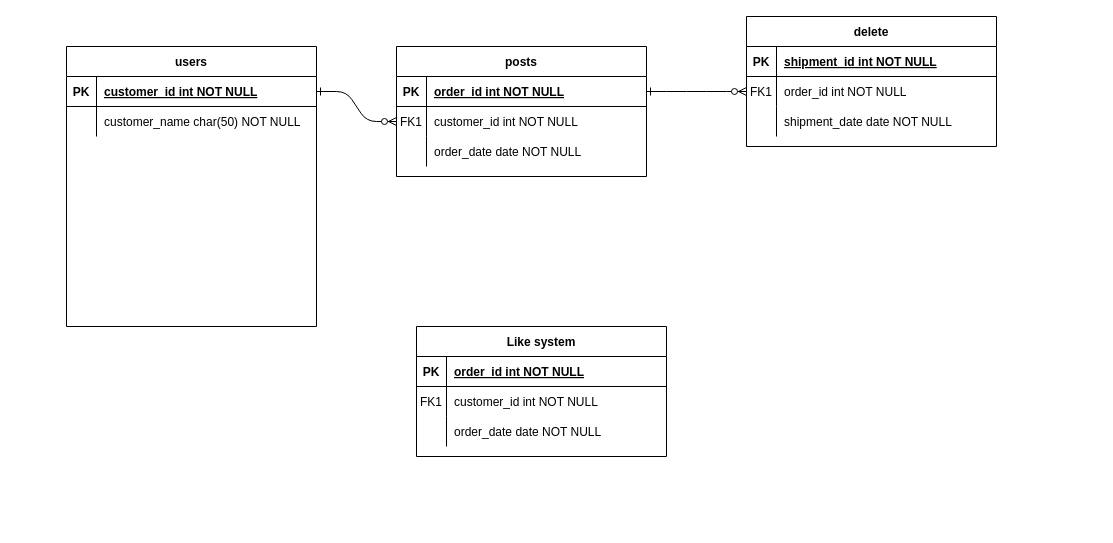
Earlier version of the draw.io diagram Untitled Diagram.drawio (REDCROSS16/BD_project). Source tidied: cells renumbered, new cells numbered last; positions are measured from the earlier drawing's top-left corner, leaving out a move shared by most shapes. Both pictures are drawn from the tidied source at 100%, with x=0, y=0 at pixel (66, 16).
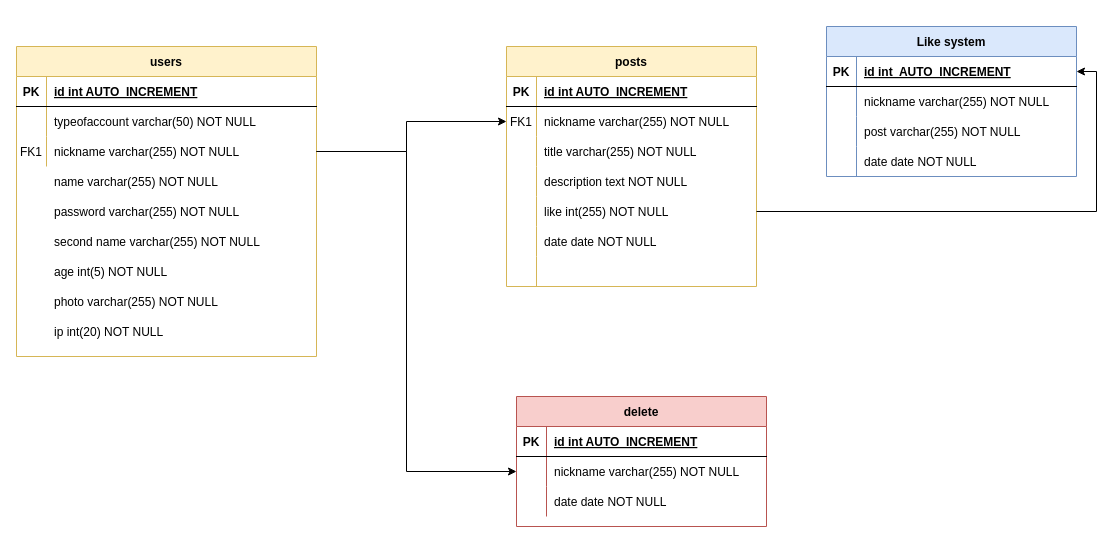
Above is the later version.

Unchanged cells that the change refers to:
```xml
<mxCell id="5" style="shape=partialRectangle;fillColor=none;points=[[0,0.5],[1,0.5]];portConstraint=eastwest;top=0;left=0;right=0;bottom=1;" parent="4" vertex="1">
  <mxGeometry y="30" width="250" height="30" as="geometry" />
</mxCell>
<mxCell id="15" style="shape=partialRectangle;fillColor=none;top=0;left=0;right=0;bottom=1;" parent="14" vertex="1">
  <mxGeometry y="30" width="250" height="30" as="geometry" />
</mxCell>
<mxCell id="18" style="shape=partialRectangle;fillColor=none;points=[[0,0.5],[1,0.5]];portConstraint=eastwest;top=0;left=0;right=0;bottom=0;" parent="14" vertex="1">
  <mxGeometry y="60" width="250" height="30" as="geometry" />
</mxCell>
<mxCell id="21" style="shape=partialRectangle;fillColor=none;top=0;left=0;right=0;bottom=0;" parent="14" vertex="1">
  <mxGeometry y="90" width="250" height="30" as="geometry" />
</mxCell>
<mxCell id="32" style="shape=partialRectangle;fillColor=none;points=[[0,0.5],[1,0.5]];portConstraint=eastwest;top=0;left=0;right=0;bottom=1;" parent="31" vertex="1">
  <mxGeometry y="30" width="250" height="30" as="geometry" />
</mxCell>
<mxCell id="35" style="shape=partialRectangle;fillColor=none;top=0;left=0;right=0;bottom=0;" parent="31" vertex="1">
  <mxGeometry y="60" width="250" height="30" as="geometry" />
</mxCell>
<mxCell id="38" style="shape=partialRectangle;fillColor=none;top=0;left=0;right=0;bottom=0;" parent="31" vertex="1">
  <mxGeometry y="90" width="250" height="30" as="geometry" />
</mxCell>
```

Diff of the diagram source:
```diff
@@
-    <mxCell id="2" style="edgeStyle=entityRelationEdgeStyle;endArrow=ERzeroToMany;startArrow=ERone;endFill=1;startFill=0;" parent="1" edge="1" source="25" target="8">
-      <mxGeometry relative="1" as="geometry" />
-    </mxCell>
-    <mxCell id="3" style="edgeStyle=entityRelationEdgeStyle;endArrow=ERzeroToMany;startArrow=ERone;endFill=1;startFill=0;" parent="1" edge="1" source="5" target="18">
-      <mxGeometry relative="1" as="geometry" />
-    </mxCell>
-    <mxCell id="4" value="posts" style="shape=table;startSize=30;childLayout=tableLayout;rowLines=0;fontStyle=1;align=center;" parent="1" vertex="1">
-      <mxGeometry x="330" y="30" width="250" height="130" as="geometry" />
+    <mxCell id="4" value="posts" style="shape=table;startSize=30;childLayout=tableLayout;rowLines=0;fontStyle=1;align=center;fillColor=#fff2cc;strokeColor=#d6b656;" parent="1" vertex="1">
+      <mxGeometry x="440" y="30" width="250" height="240" as="geometry" />
     </mxCell>
@@
-    <mxCell id="7" value="order_id int NOT NULL " style="shape=partialRectangle;overflow=hidden;fillColor=none;top=0;left=0;bottom=0;right=0;align=left;spacingLeft=6;fontStyle=5;" parent="5" vertex="1">
+    <mxCell id="7" value="id int AUTO_INCREMENT " style="shape=partialRectangle;overflow=hidden;fillColor=none;top=0;left=0;bottom=0;right=0;align=left;spacingLeft=6;fontStyle=5;" parent="5" vertex="1">
       <mxGeometry x="30" width="220" height="30" as="geometry" />
     </mxCell>
-    <mxCell id="8" style="shape=partialRectangle;fillColor=none;points=[[0,0.5],[1,0.5]];portConstraint=eastwest;top=0;left=0;right=0;bottom=0;" parent="4" vertex="1">
-      <mxGeometry y="60" width="250" height="30" as="geometry" />
-    </mxCell>
-    <mxCell id="9" value="FK1" style="shape=partialRectangle;overflow=hidden;fillColor=none;top=0;left=0;bottom=0;right=0;" parent="8" vertex="1">
-      <mxGeometry width="30" height="30" as="geometry" />
-    </mxCell>
-    <mxCell id="10" value="customer_id int NOT NULL" style="shape=partialRectangle;overflow=hidden;fillColor=none;top=0;left=0;bottom=0;right=0;align=left;spacingLeft=6;" parent="8" vertex="1">
-      <mxGeometry x="30" width="220" height="30" as="geometry" />
-    </mxCell>
+    <mxCell id="41" style="shape=partialRectangle;fillColor=none;points=[[0,0.5],[1,0.5]];portConstraint=eastwest;top=0;left=0;right=0;bottom=0;" parent="4" vertex="1">
+      <mxGeometry y="60" width="250" height="30" as="geometry" />
+    </mxCell>
+    <mxCell id="42" value="FK1" style="shape=partialRectangle;overflow=hidden;fillColor=none;top=0;left=0;bottom=0;right=0;" parent="41" vertex="1">
+      <mxGeometry width="30" height="30" as="geometry" />
+    </mxCell>
+    <mxCell id="43" value="nickname varchar(255) NOT NULL" style="shape=partialRectangle;overflow=hidden;fillColor=none;top=0;left=0;bottom=0;right=0;align=left;spacingLeft=6;" parent="41" vertex="1">
+      <mxGeometry x="30" width="220" height="30" as="geometry" />
+    </mxCell>
+    <mxCell id="44" style="shape=partialRectangle;fillColor=none;top=0;left=0;right=0;bottom=0;" parent="4" vertex="1">
+      <mxGeometry y="90" width="250" height="30" as="geometry" />
+    </mxCell>
+    <mxCell id="45" style="shape=partialRectangle;overflow=hidden;fillColor=none;top=0;left=0;bottom=0;right=0;" parent="44" vertex="1">
+      <mxGeometry width="30" height="30" as="geometry" />
+    </mxCell>
+    <mxCell id="46" value="title varchar(255) NOT NULL" style="shape=partialRectangle;overflow=hidden;fillColor=none;top=0;left=0;bottom=0;right=0;align=left;spacingLeft=6;" parent="44" vertex="1">
+      <mxGeometry x="30" width="220" height="30" as="geometry" />
+    </mxCell>
+    <mxCell id="47" style="shape=partialRectangle;fillColor=none;top=0;left=0;right=0;bottom=0;" parent="4" vertex="1">
+      <mxGeometry y="120" width="250" height="30" as="geometry" />
+    </mxCell>
+    <mxCell id="48" style="shape=partialRectangle;overflow=hidden;fillColor=none;top=0;left=0;bottom=0;right=0;" parent="47" vertex="1">
+      <mxGeometry width="30" height="30" as="geometry" />
+    </mxCell>
+    <mxCell id="49" value="description text NOT NULL" style="shape=partialRectangle;overflow=hidden;fillColor=none;top=0;left=0;bottom=0;right=0;align=left;spacingLeft=6;" parent="47" vertex="1">
+      <mxGeometry x="30" width="220" height="30" as="geometry" />
+    </mxCell>
+    <mxCell id="50" style="shape=partialRectangle;fillColor=none;points=[[0,0.5],[1,0.5]];portConstraint=eastwest;top=0;left=0;right=0;bottom=0;" parent="4" vertex="1">
+      <mxGeometry y="150" width="250" height="30" as="geometry" />
+    </mxCell>
+    <mxCell id="51" style="shape=partialRectangle;overflow=hidden;fillColor=none;top=0;left=0;bottom=0;right=0;" parent="50" vertex="1">
+      <mxGeometry width="30" height="30" as="geometry" />
+    </mxCell>
+    <mxCell id="52" value="like int(255) NOT NULL" style="shape=partialRectangle;overflow=hidden;fillColor=none;top=0;left=0;bottom=0;right=0;align=left;spacingLeft=6;" parent="50" vertex="1">
+      <mxGeometry x="30" width="220" height="30" as="geometry" />
+    </mxCell>
+    <mxCell id="53" style="shape=partialRectangle;fillColor=none;top=0;left=0;right=0;bottom=0;" parent="4" vertex="1">
+      <mxGeometry y="180" width="250" height="30" as="geometry" />
+    </mxCell>
+    <mxCell id="54" style="shape=partialRectangle;overflow=hidden;fillColor=none;top=0;left=0;bottom=0;right=0;" parent="53" vertex="1">
+      <mxGeometry width="30" height="30" as="geometry" />
+    </mxCell>
+    <mxCell id="55" value="date date NOT NULL" style="shape=partialRectangle;overflow=hidden;fillColor=none;top=0;left=0;bottom=0;right=0;align=left;spacingLeft=6;" parent="53" vertex="1">
+      <mxGeometry x="30" width="220" height="30" as="geometry" />
+    </mxCell>
     <mxCell id="11" style="shape=partialRectangle;fillColor=none;top=0;left=0;right=0;bottom=0;" parent="4" vertex="1">
-      <mxGeometry y="90" width="250" height="30" as="geometry" />
+      <mxGeometry y="210" width="250" height="30" as="geometry" />
     </mxCell>
@@
-    <mxCell id="13" value="order_date date NOT NULL" style="shape=partialRectangle;overflow=hidden;fillColor=none;top=0;left=0;bottom=0;right=0;align=left;spacingLeft=6;" parent="11" vertex="1">
+    <mxCell id="13" style="shape=partialRectangle;overflow=hidden;fillColor=none;top=0;left=0;bottom=0;right=0;align=left;spacingLeft=6;" parent="11" vertex="1">
       <mxGeometry x="30" width="220" height="30" as="geometry" />
     </mxCell>
-    <mxCell id="14" value="delete" style="shape=table;startSize=30;childLayout=tableLayout;rowLines=0;fontStyle=1;align=center;" parent="1" vertex="1">
-      <mxGeometry x="680" width="250" height="130" as="geometry" />
+    <mxCell id="14" value="delete" style="shape=table;startSize=30;childLayout=tableLayout;rowLines=0;fontStyle=1;align=center;fillColor=#f8cecc;strokeColor=#b85450;" parent="1" vertex="1">
+      <mxGeometry x="450" y="380" width="250" height="130" as="geometry" />
     </mxCell>
@@
-    <mxCell id="17" value="shipment_id int NOT NULL " style="shape=partialRectangle;overflow=hidden;fillColor=none;top=0;left=0;bottom=0;right=0;align=left;spacingLeft=6;fontStyle=5;" parent="15" vertex="1">
+    <mxCell id="17" value="id int AUTO_INCREMENT " style="shape=partialRectangle;overflow=hidden;fillColor=none;top=0;left=0;bottom=0;right=0;align=left;spacingLeft=6;fontStyle=5;" parent="15" vertex="1">
       <mxGeometry x="30" width="220" height="30" as="geometry" />
     </mxCell>
@@
-    <mxCell id="19" value="FK1" style="shape=partialRectangle;overflow=hidden;fillColor=none;top=0;left=0;bottom=0;right=0;" parent="18" vertex="1">
+    <mxCell id="19" style="shape=partialRectangle;overflow=hidden;fillColor=none;top=0;left=0;bottom=0;right=0;" parent="18" vertex="1">
       <mxGeometry width="30" height="30" as="geometry" />
     </mxCell>
-    <mxCell id="20" value="order_id int NOT NULL" style="shape=partialRectangle;overflow=hidden;fillColor=none;top=0;left=0;bottom=0;right=0;align=left;spacingLeft=6;" parent="18" vertex="1">
+    <mxCell id="20" value="nickname varchar(255) NOT NULL" style="shape=partialRectangle;overflow=hidden;fillColor=none;top=0;left=0;bottom=0;right=0;align=left;spacingLeft=6;" parent="18" vertex="1">
       <mxGeometry x="30" width="220" height="30" as="geometry" />
     </mxCell>
@@
-    <mxCell id="23" value="shipment_date date NOT NULL" style="shape=partialRectangle;overflow=hidden;fillColor=none;top=0;left=0;bottom=0;right=0;align=left;spacingLeft=6;" parent="21" vertex="1">
+    <mxCell id="23" value="date date NOT NULL" style="shape=partialRectangle;overflow=hidden;fillColor=none;top=0;left=0;bottom=0;right=0;align=left;spacingLeft=6;" parent="21" vertex="1">
       <mxGeometry x="30" width="220" height="30" as="geometry" />
     </mxCell>
-    <mxCell id="24" value="users" style="shape=table;startSize=30;childLayout=tableLayout;rowLines=0;fontStyle=1;align=center;" parent="1" vertex="1">
-      <mxGeometry y="30" width="250" height="280" as="geometry" />
+    <mxCell id="24" value="users" style="shape=table;startSize=30;childLayout=tableLayout;rowLines=0;fontStyle=1;align=center;fillColor=#fff2cc;strokeColor=#d6b656;" parent="1" vertex="1">
+      <mxGeometry x="-50" y="30" width="300" height="310" as="geometry" />
     </mxCell>
     <mxCell id="25" style="shape=partialRectangle;fillColor=none;points=[[0,0.5],[1,0.5]];portConstraint=eastwest;top=0;left=0;right=0;bottom=1;" parent="24" vertex="1">
-      <mxGeometry y="30" width="250" height="30" as="geometry" />
+      <mxGeometry y="30" width="300" height="30" as="geometry" />
     </mxCell>
@@
-    <mxCell id="27" value="customer_id int NOT NULL " style="shape=partialRectangle;overflow=hidden;fillColor=none;top=0;left=0;bottom=0;right=0;align=left;spacingLeft=6;fontStyle=5;" parent="25" vertex="1">
-      <mxGeometry x="30" width="220" height="30" as="geometry" />
+    <mxCell id="27" value="id int AUTO_INCREMENT " style="shape=partialRectangle;overflow=hidden;fillColor=none;top=0;left=0;bottom=0;right=0;align=left;spacingLeft=6;fontStyle=5;" parent="25" vertex="1">
+      <mxGeometry x="30" width="270" height="30" as="geometry" />
     </mxCell>
     <mxCell id="28" style="shape=partialRectangle;fillColor=none;top=0;left=0;right=0;bottom=0;" parent="24" vertex="1">
-      <mxGeometry y="60" width="250" height="30" as="geometry" />
+      <mxGeometry y="60" width="300" height="30" as="geometry" />
     </mxCell>
@@
-    <mxCell id="30" value="customer_name char(50) NOT NULL" style="shape=partialRectangle;overflow=hidden;fillColor=none;top=0;left=0;bottom=0;right=0;align=left;spacingLeft=6;" parent="28" vertex="1">
-      <mxGeometry x="30" width="220" height="30" as="geometry" />
+    <mxCell id="30" style="shape=partialRectangle;overflow=hidden;fillColor=none;top=0;left=0;bottom=0;right=0;align=left;spacingLeft=6;" parent="28" vertex="1">
+      <mxGeometry x="30" width="270" height="30" as="geometry" />
     </mxCell>
+    <mxCell id="8" style="shape=partialRectangle;fillColor=none;points=[[0,0.5],[1,0.5]];portConstraint=eastwest;top=0;left=0;right=0;bottom=0;" parent="24" vertex="1">
+      <mxGeometry y="90" width="300" height="30" as="geometry" />
+    </mxCell>
+    <mxCell id="9" value="FK1" style="shape=partialRectangle;overflow=hidden;fillColor=none;top=0;left=0;bottom=0;right=0;" parent="8" vertex="1">
+      <mxGeometry width="30" height="30" as="geometry" />
+    </mxCell>
+    <mxCell id="10" value="nickname varchar(255) NOT NULL" style="shape=partialRectangle;overflow=hidden;fillColor=none;top=0;left=0;bottom=0;right=0;align=left;spacingLeft=6;" parent="8" vertex="1">
+      <mxGeometry x="30" width="270" height="30" as="geometry" />
+    </mxCell>
-    <mxCell id="31" value="Like system" style="shape=table;startSize=30;childLayout=tableLayout;rowLines=0;fontStyle=1;align=center;" parent="1" vertex="1">
-      <mxGeometry x="350" y="310" width="250" height="130" as="geometry" />
+    <mxCell id="31" value="Like system" style="shape=table;startSize=30;childLayout=tableLayout;rowLines=0;fontStyle=1;align=center;fillColor=#dae8fc;strokeColor=#6c8ebf;" parent="1" vertex="1">
+      <mxGeometry x="760" y="10" width="250" height="150" as="geometry" />
     </mxCell>
@@
-    <mxCell id="34" value="order_id int NOT NULL " style="shape=partialRectangle;overflow=hidden;fillColor=none;top=0;left=0;bottom=0;right=0;align=left;spacingLeft=6;fontStyle=5;" parent="32" vertex="1">
+    <mxCell id="34" value="id int  AUTO_INCREMENT" style="shape=partialRectangle;overflow=hidden;fillColor=none;top=0;left=0;bottom=0;right=0;align=left;spacingLeft=6;fontStyle=5;" parent="32" vertex="1">
       <mxGeometry x="30" width="220" height="30" as="geometry" />
     </mxCell>
@@
-    <mxCell id="36" value="FK1" style="shape=partialRectangle;overflow=hidden;fillColor=none;top=0;left=0;bottom=0;right=0;" parent="35" vertex="1">
+    <mxCell id="36" style="shape=partialRectangle;overflow=hidden;fillColor=none;top=0;left=0;bottom=0;right=0;" parent="35" vertex="1">
       <mxGeometry width="30" height="30" as="geometry" />
     </mxCell>
-    <mxCell id="37" value="customer_id int NOT NULL" style="shape=partialRectangle;overflow=hidden;fillColor=none;top=0;left=0;bottom=0;right=0;align=left;spacingLeft=6;" parent="35" vertex="1">
+    <mxCell id="37" value="nickname varchar(255) NOT NULL" style="shape=partialRectangle;overflow=hidden;fillColor=none;top=0;left=0;bottom=0;right=0;align=left;spacingLeft=6;" parent="35" vertex="1">
       <mxGeometry x="30" width="220" height="30" as="geometry" />
     </mxCell>
@@
-    <mxCell id="40" value="order_date date NOT NULL" style="shape=partialRectangle;overflow=hidden;fillColor=none;top=0;left=0;bottom=0;right=0;align=left;spacingLeft=6;" parent="38" vertex="1">
+    <mxCell id="40" value="post varchar(255) NOT NULL" style="shape=partialRectangle;overflow=hidden;fillColor=none;top=0;left=0;bottom=0;right=0;align=left;spacingLeft=6;" parent="38" vertex="1">
       <mxGeometry x="30" width="220" height="30" as="geometry" />
     </mxCell>
+    <mxCell id="56" style="shape=partialRectangle;fillColor=none;top=0;left=0;right=0;bottom=0;" parent="31" vertex="1">
+      <mxGeometry y="120" width="250" height="30" as="geometry" />
+    </mxCell>
+    <mxCell id="57" style="shape=partialRectangle;overflow=hidden;fillColor=none;top=0;left=0;bottom=0;right=0;" parent="56" vertex="1">
+      <mxGeometry width="30" height="30" as="geometry" />
+    </mxCell>
+    <mxCell id="58" value="date date NOT NULL" style="shape=partialRectangle;overflow=hidden;fillColor=none;top=0;left=0;bottom=0;right=0;align=left;spacingLeft=6;" parent="56" vertex="1">
+      <mxGeometry x="30" width="220" height="30" as="geometry" />
+    </mxCell>
+    <mxCell id="59" value="typeofaccount varchar(50) NOT NULL" style="shape=partialRectangle;overflow=hidden;fillColor=none;top=0;left=0;bottom=0;right=0;align=left;spacingLeft=6;" parent="1" vertex="1">
+      <mxGeometry x="-20" y="90" width="220" height="30" as="geometry" />
+    </mxCell>
+    <mxCell id="60" value="password varchar(255) NOT NULL" style="shape=partialRectangle;overflow=hidden;fillColor=none;top=0;left=0;bottom=0;right=0;align=left;spacingLeft=6;" parent="1" vertex="1">
+      <mxGeometry x="-20" y="180" width="220" height="30" as="geometry" />
+    </mxCell>
+    <mxCell id="61" value="second name varchar(255) NOT NULL" style="shape=partialRectangle;overflow=hidden;fillColor=none;top=0;left=0;bottom=0;right=0;align=left;spacingLeft=6;" parent="1" vertex="1">
+      <mxGeometry x="-20" y="210" width="220" height="30" as="geometry" />
+    </mxCell>
+    <mxCell id="62" value="ip int(20) NOT NULL" style="shape=partialRectangle;overflow=hidden;fillColor=none;top=0;left=0;bottom=0;right=0;align=left;spacingLeft=6;" parent="1" vertex="1">
+      <mxGeometry x="-20" y="300" width="220" height="30" as="geometry" />
+    </mxCell>
+    <mxCell id="63" value="age int(5) NOT NULL" style="shape=partialRectangle;overflow=hidden;fillColor=none;top=0;left=0;bottom=0;right=0;align=left;spacingLeft=6;" parent="1" vertex="1">
+      <mxGeometry x="-20" y="240" width="220" height="30" as="geometry" />
+    </mxCell>
+    <mxCell id="64" value="photo varchar(255) NOT NULL" style="shape=partialRectangle;overflow=hidden;fillColor=none;top=0;left=0;bottom=0;right=0;align=left;spacingLeft=6;" parent="1" vertex="1">
+      <mxGeometry x="-20" y="270" width="220" height="30" as="geometry" />
+    </mxCell>
+    <mxCell id="65" value="name varchar(255) NOT NULL" style="shape=partialRectangle;overflow=hidden;fillColor=none;top=0;left=0;bottom=0;right=0;align=left;spacingLeft=6;" parent="1" vertex="1">
+      <mxGeometry x="-20" y="150" width="220" height="30" as="geometry" />
+    </mxCell>
+    <mxCell id="66" style="edgeStyle=orthogonalEdgeStyle;rounded=0;jettySize=auto;html=1;" parent="1" edge="1" source="8" target="41">
+      <mxGeometry relative="1" as="geometry">
+        <Array as="points">
+          <mxPoint x="340" y="135" />
+          <mxPoint x="340" y="105" />
+        </Array>
+      </mxGeometry>
+    </mxCell>
+    <mxCell id="67" style="edgeStyle=orthogonalEdgeStyle;rounded=0;jettySize=auto;html=1;entryX=1;entryY=0.5;entryDx=0;entryDy=0;" parent="1" edge="1" source="50" target="32">
+      <mxGeometry relative="1" as="geometry" />
+    </mxCell>
+    <mxCell id="68" style="edgeStyle=orthogonalEdgeStyle;rounded=0;jettySize=auto;html=1;" parent="1" edge="1" source="8" target="18">
+      <mxGeometry relative="1" as="geometry">
+        <Array as="points">
+          <mxPoint x="340" y="135" />
+          <mxPoint x="340" y="455" />
+        </Array>
+      </mxGeometry>
+    </mxCell>
```
